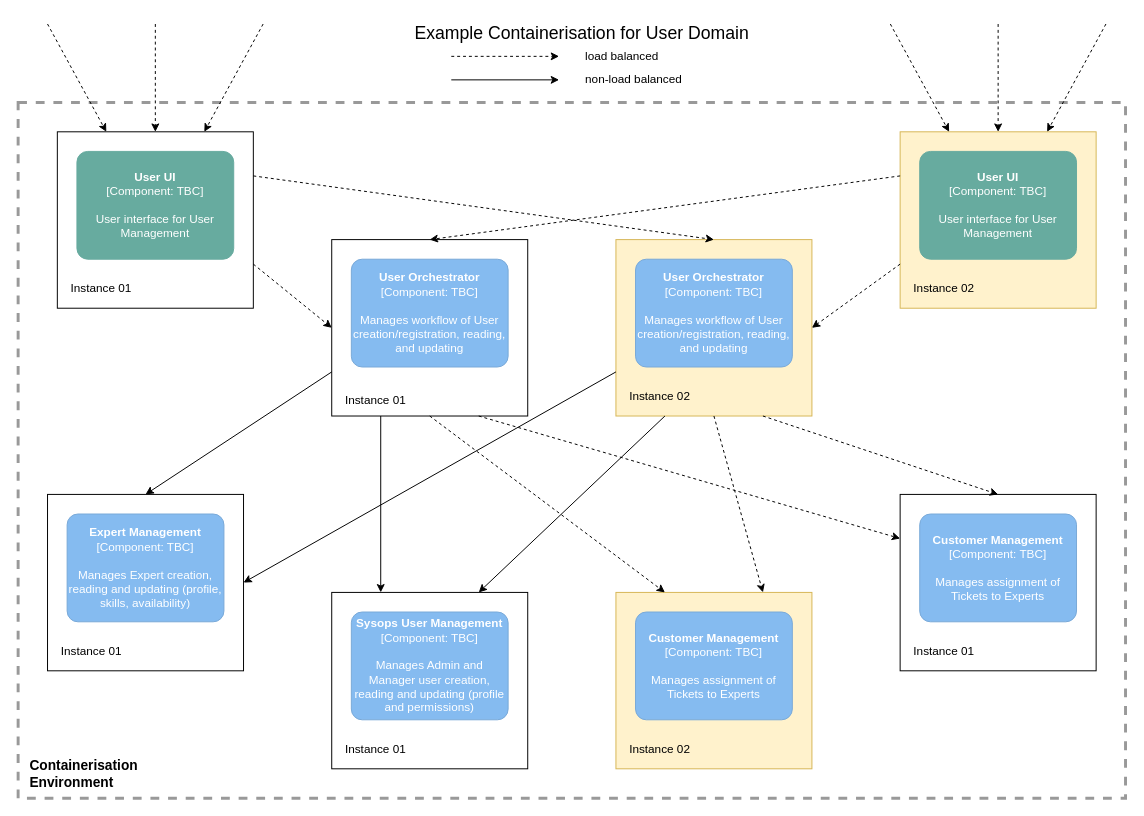
This is 2.SolutionBackground/images/Containerisation.drawio from tekiegirl/TheMadKatas, a draw.io file, before an edit. Source tidied: cells renumbered, new cells numbered last; positions are measured from the earlier drawing's top-left corner, leaving out a move shared by most shapes. Both pictures are drawn from the tidied source at 98%, with x=0, y=0 at pixel (18, 24).
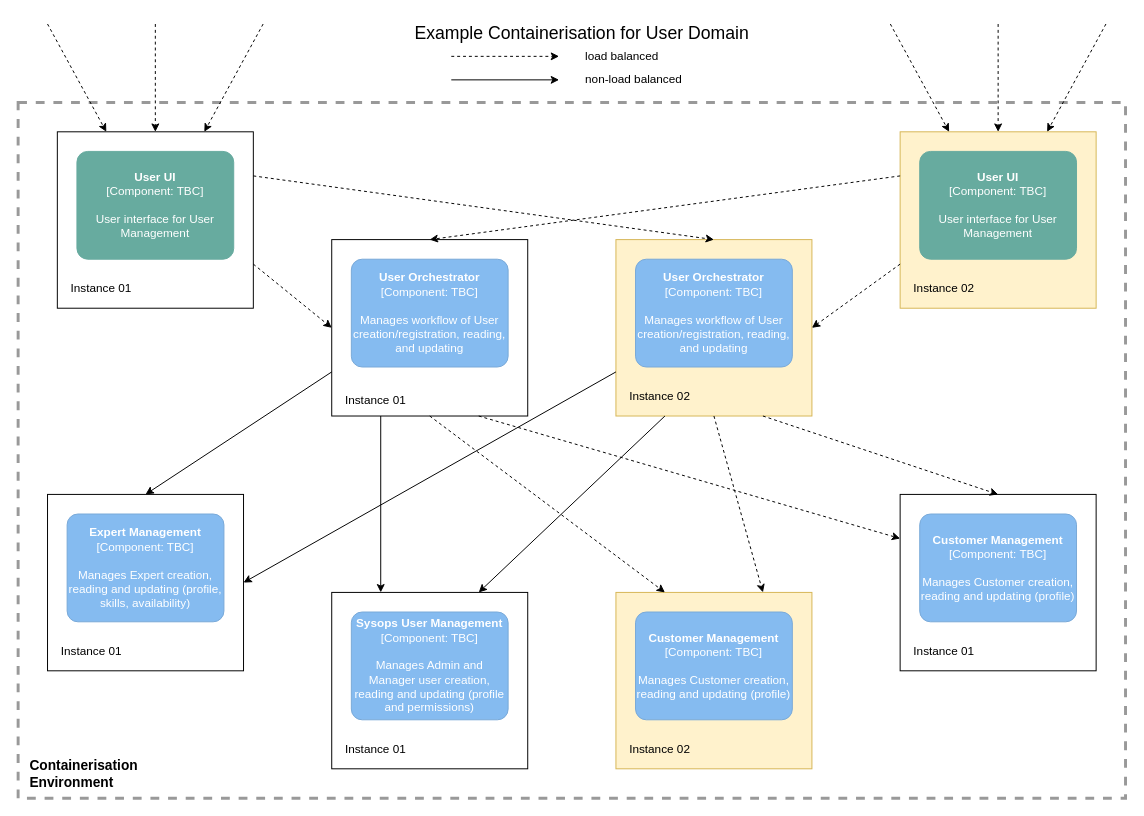
After the change.

Commit message (it also covers changes not shown here):
Fix typos in diagrams

The change refers to these unchanged cells:
```xml
<mxCell id="12" style="group;" parent="1" vertex="1">
  <mxGeometry x="900" y="480" width="200" height="180" as="geometry" />
</mxCell>
<mxCell id="24" style="group;" parent="1" vertex="1">
  <mxGeometry x="610" y="580" width="200" height="180" as="geometry" />
</mxCell>
```

The edit, as a diff of the source:
```diff
@@
-    <object id="14" label="&lt;b&gt;%c4Name%&lt;/b&gt;&lt;div&gt;[%c4Type%: %c4Technology%]&lt;/div&gt;&lt;br&gt;&lt;div&gt;%c4Description%&lt;/div&gt;" c4Description="Manages assignment of Tickets to Experts" c4Name="Customer Management" c4Technology="TBC" c4Type="Component" placeholders="1">
+    <object id="14" label="&lt;b&gt;%c4Name%&lt;/b&gt;&lt;div&gt;[%c4Type%: %c4Technology%]&lt;/div&gt;&lt;br&gt;&lt;div&gt;%c4Description%&lt;/div&gt;" c4Description="Manages Customer creation, reading and updating (profile)" c4Name="Customer Management" c4Technology="TBC" c4Type="Component" placeholders="1">
       <mxCell style="rounded=1;whiteSpace=wrap;html=1;labelBackgroundColor=none;fillColor=#85BBF0;fontColor=#ffffff;align=center;arcSize=10;strokeColor=#78A8D8;metaData={&quot;c4Type&quot;:{&quot;editable&quot;:false}};" parent="12" vertex="1">
         <mxGeometry x="20" y="20" width="160" height="110" as="geometry" />
       </mxCell>
     </object>
@@
-    <object id="26" label="&lt;b&gt;%c4Name%&lt;/b&gt;&lt;div&gt;[%c4Type%: %c4Technology%]&lt;/div&gt;&lt;br&gt;&lt;div&gt;%c4Description%&lt;/div&gt;" c4Description="Manages assignment of Tickets to Experts" c4Name="Customer Management" c4Technology="TBC" c4Type="Component" placeholders="1">
+    <object id="26" label="&lt;b&gt;%c4Name%&lt;/b&gt;&lt;div&gt;[%c4Type%: %c4Technology%]&lt;/div&gt;&lt;br&gt;&lt;div&gt;%c4Description%&lt;/div&gt;" c4Description="Manages Customer creation, reading and updating (profile)" c4Name="Customer Management" c4Technology="TBC" c4Type="Component" placeholders="1">
       <mxCell style="rounded=1;whiteSpace=wrap;html=1;labelBackgroundColor=none;fillColor=#85BBF0;fontColor=#ffffff;align=center;arcSize=10;strokeColor=#78A8D8;metaData={&quot;c4Type&quot;:{&quot;editable&quot;:false}};" parent="24" vertex="1">
         <mxGeometry x="20" y="20" width="160" height="110" as="geometry" />
       </mxCell>
     </object>
```
